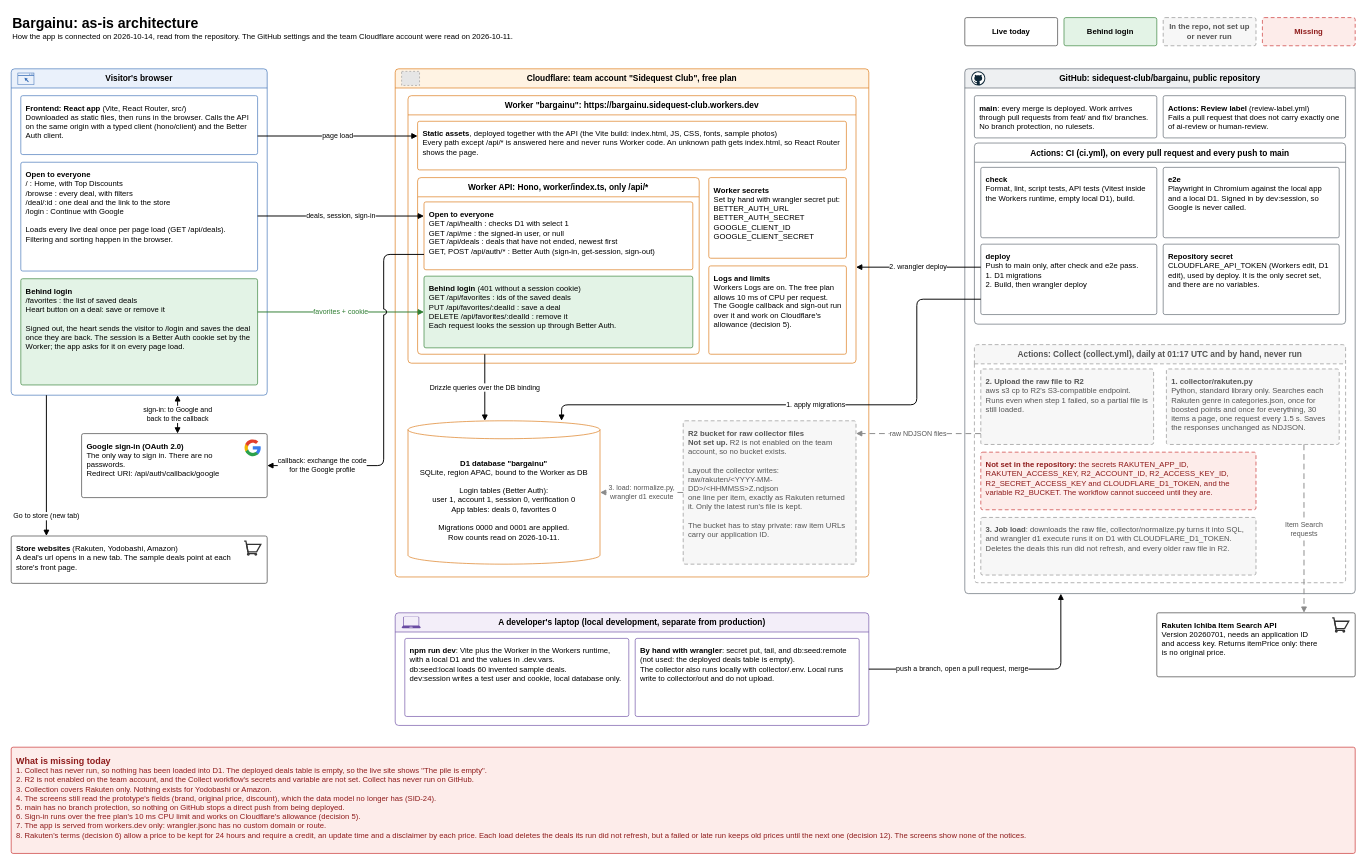
Above: docs/architecture/as-is.drawio in sidequest-club/bargainu (draw.io), before the change. Source tidied: cells renumbered, new cells numbered last; positions are measured from the earlier drawing's top-left corner, leaving out a move shared by most shapes. Both pictures are drawn from the tidied source at 64%, with x=0, y=0 at pixel (11, 11). Pictures stored in the file or linked from it are replaced by grey dashed boxes.
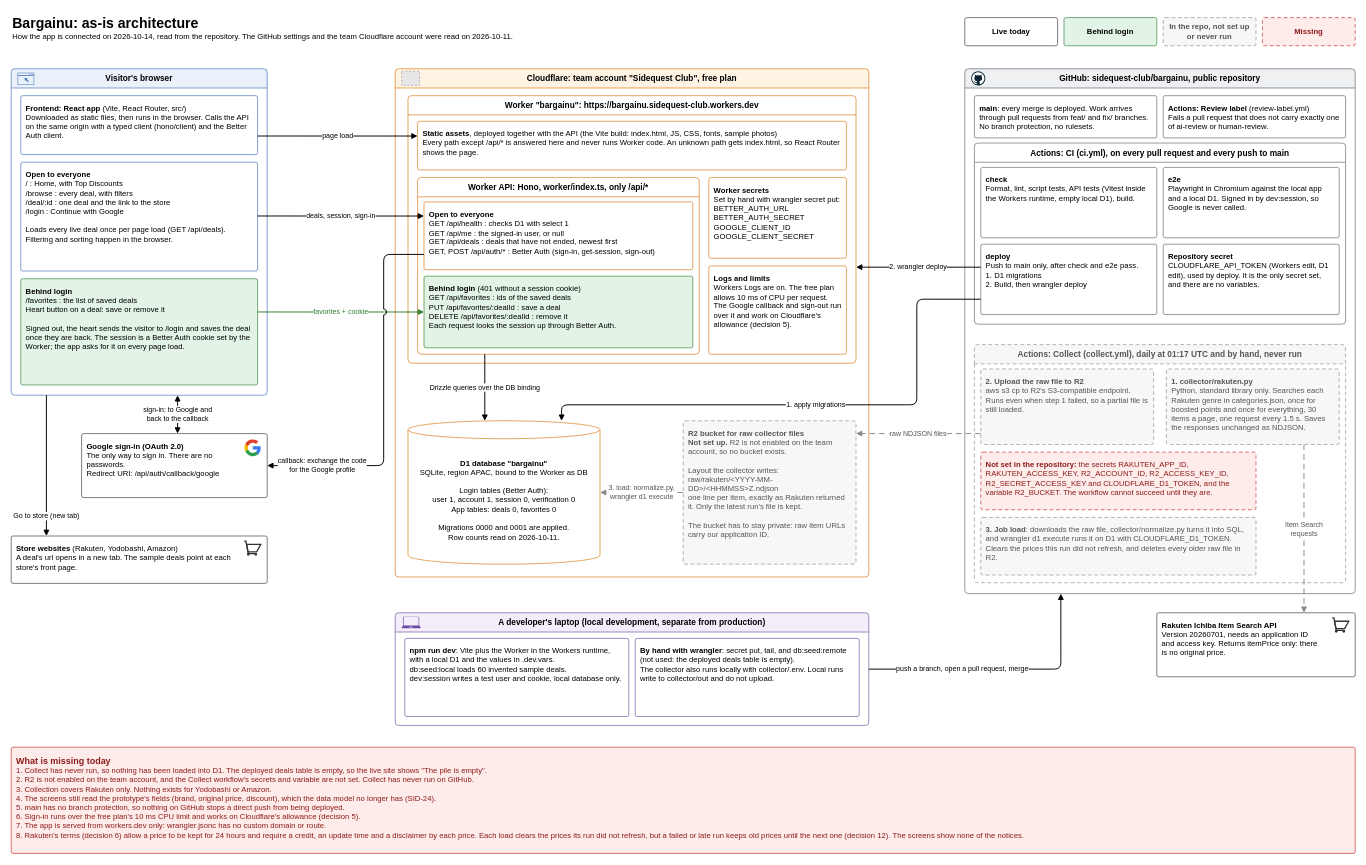
The same page after the edit.

Commit message (it also covers changes not shown here):
Clear the prices a run did not refresh and delete deals after 3 months

The change refers to these unchanged cells:
```xml
<mxCell id="31" value="Actions: Collect (collect.yml), daily at 01:17 UTC and by hand, never run" style="swimlane;startSize=30;fontFamily=Helvetica;fontSize=12;fontSize=13;fontStyle=1;html=1;whiteSpace=wrap;rounded=1;arcSize=6;swimlaneFillColor=default;fillColor=#F7F7F7;strokeColor=#8A8A8A;fontColor=#555555;dashed=1;dashPattern=6 4;" parent="23" vertex="1">
  <mxGeometry x="15" y="431" width="580" height="372" as="geometry" />
</mxCell>
```

Diff of the diagram source:
```diff
@@
-    <mxCell id="35" value="&lt;b&gt;3. Job load&lt;/b&gt;: downloads the raw file, collector/normalize.py turns it into SQL, and wrangler d1 execute runs it on D1 with CLOUDFLARE_D1_TOKEN. Deletes the deals this run did not refresh, and every older raw file in R2." style="rounded=1;arcSize=6;absoluteArcSize=1;fontFamily=Helvetica;fontSize=12;html=1;whiteSpace=wrap;align=left;verticalAlign=top;spacing=8;fillColor=#F7F7F7;strokeColor=#8A8A8A;fontColor=#555555;dashed=1;dashPattern=6 4;" parent="31" vertex="1">
+    <mxCell id="35" value="&lt;b&gt;3. Job load&lt;/b&gt;: downloads the raw file, collector/normalize.py turns it into SQL, and wrangler d1 execute runs it on D1 with CLOUDFLARE_D1_TOKEN. Clears the prices this run did not refresh, and deletes every older raw file in R2." style="rounded=1;arcSize=6;absoluteArcSize=1;fontFamily=Helvetica;fontSize=12;html=1;whiteSpace=wrap;align=left;verticalAlign=top;spacing=8;fillColor=#F7F7F7;strokeColor=#8A8A8A;fontColor=#555555;dashed=1;dashPattern=6 4;" parent="31" vertex="1">
       <mxGeometry x="10" y="270" width="430" height="90" as="geometry" />
     </mxCell>
@@
-    <mxCell id="40" value="&lt;b style=&quot;font-size:14px&quot;&gt;What is missing today&lt;/b&gt;&lt;br&gt;1. Collect has never run, so nothing has been loaded into D1. The deployed deals table is empty, so the live site shows &quot;The pile is empty&quot;.&lt;br&gt;2. R2 is not enabled on the team account, and the Collect workflow's secrets and variable are not set. Collect has never run on GitHub.&lt;br&gt;3. Collection covers Rakuten only. Nothing exists for Yodobashi or Amazon.&lt;br&gt;4. The screens still read the prototype's fields (brand, original price, discount), which the data model no longer has (SID-24).&lt;br&gt;5. main has no branch protection, so nothing on GitHub stops a direct push from being deployed.&lt;br&gt;6. Sign-in runs over the free plan's 10 ms CPU limit and works on Cloudflare's allowance (decision 5).&lt;br&gt;7. The app is served from workers.dev only: wrangler.jsonc has no custom domain or route.&lt;br&gt;8. Rakuten's terms (decision 6) allow a price to be kept for 24 hours and require a credit, an update time and a disclaimer by each price. Each load deletes the deals its run did not refresh, but a failed or late run keeps old prices until the next one (decision 12). The screens show none of the notices." style="rounded=1;arcSize=6;absoluteArcSize=1;fontFamily=Helvetica;fontSize=12;html=1;whiteSpace=wrap;align=left;verticalAlign=top;spacing=8;fillColor=#FDECEA;strokeColor=#C62828;fontColor=#8E1B1B;dashed=1;dashPattern=6 4;dashed=0;" parent="1" vertex="1">
+    <mxCell id="40" value="&lt;b style=&quot;font-size:14px&quot;&gt;What is missing today&lt;/b&gt;&lt;br&gt;1. Collect has never run, so nothing has been loaded into D1. The deployed deals table is empty, so the live site shows &quot;The pile is empty&quot;.&lt;br&gt;2. R2 is not enabled on the team account, and the Collect workflow's secrets and variable are not set. Collect has never run on GitHub.&lt;br&gt;3. Collection covers Rakuten only. Nothing exists for Yodobashi or Amazon.&lt;br&gt;4. The screens still read the prototype's fields (brand, original price, discount), which the data model no longer has (SID-24).&lt;br&gt;5. main has no branch protection, so nothing on GitHub stops a direct push from being deployed.&lt;br&gt;6. Sign-in runs over the free plan's 10 ms CPU limit and works on Cloudflare's allowance (decision 5).&lt;br&gt;7. The app is served from workers.dev only: wrangler.jsonc has no custom domain or route.&lt;br&gt;8. Rakuten's terms (decision 6) allow a price to be kept for 24 hours and require a credit, an update time and a disclaimer by each price. Each load clears the prices its run did not refresh, but a failed or late run keeps old prices until the next one (decision 12). The screens show none of the notices." style="rounded=1;arcSize=6;absoluteArcSize=1;fontFamily=Helvetica;fontSize=12;html=1;whiteSpace=wrap;align=left;verticalAlign=top;spacing=8;fillColor=#FDECEA;strokeColor=#C62828;fontColor=#8E1B1B;dashed=1;dashPattern=6 4;dashed=0;" parent="1" vertex="1">
       <mxGeometry y="1150" width="2100" height="166" as="geometry" />
     </mxCell>
```
